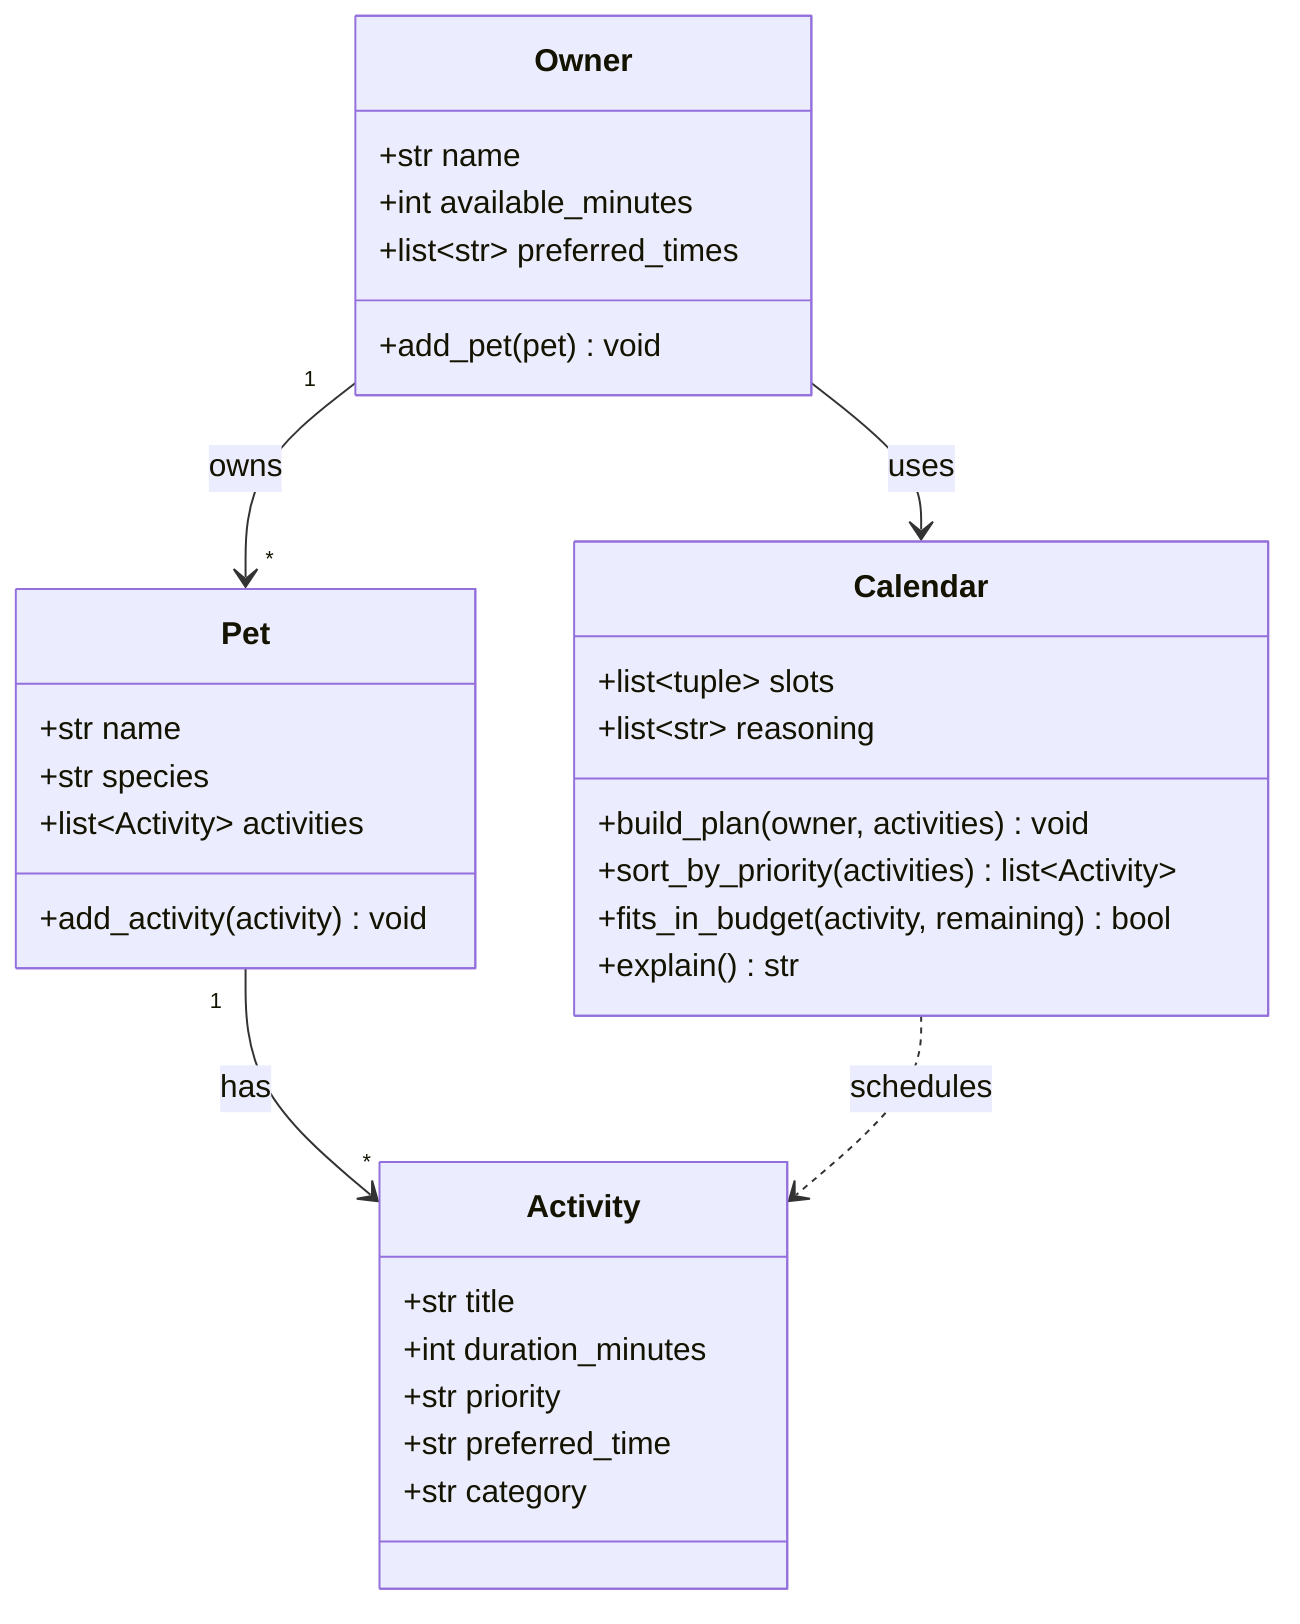
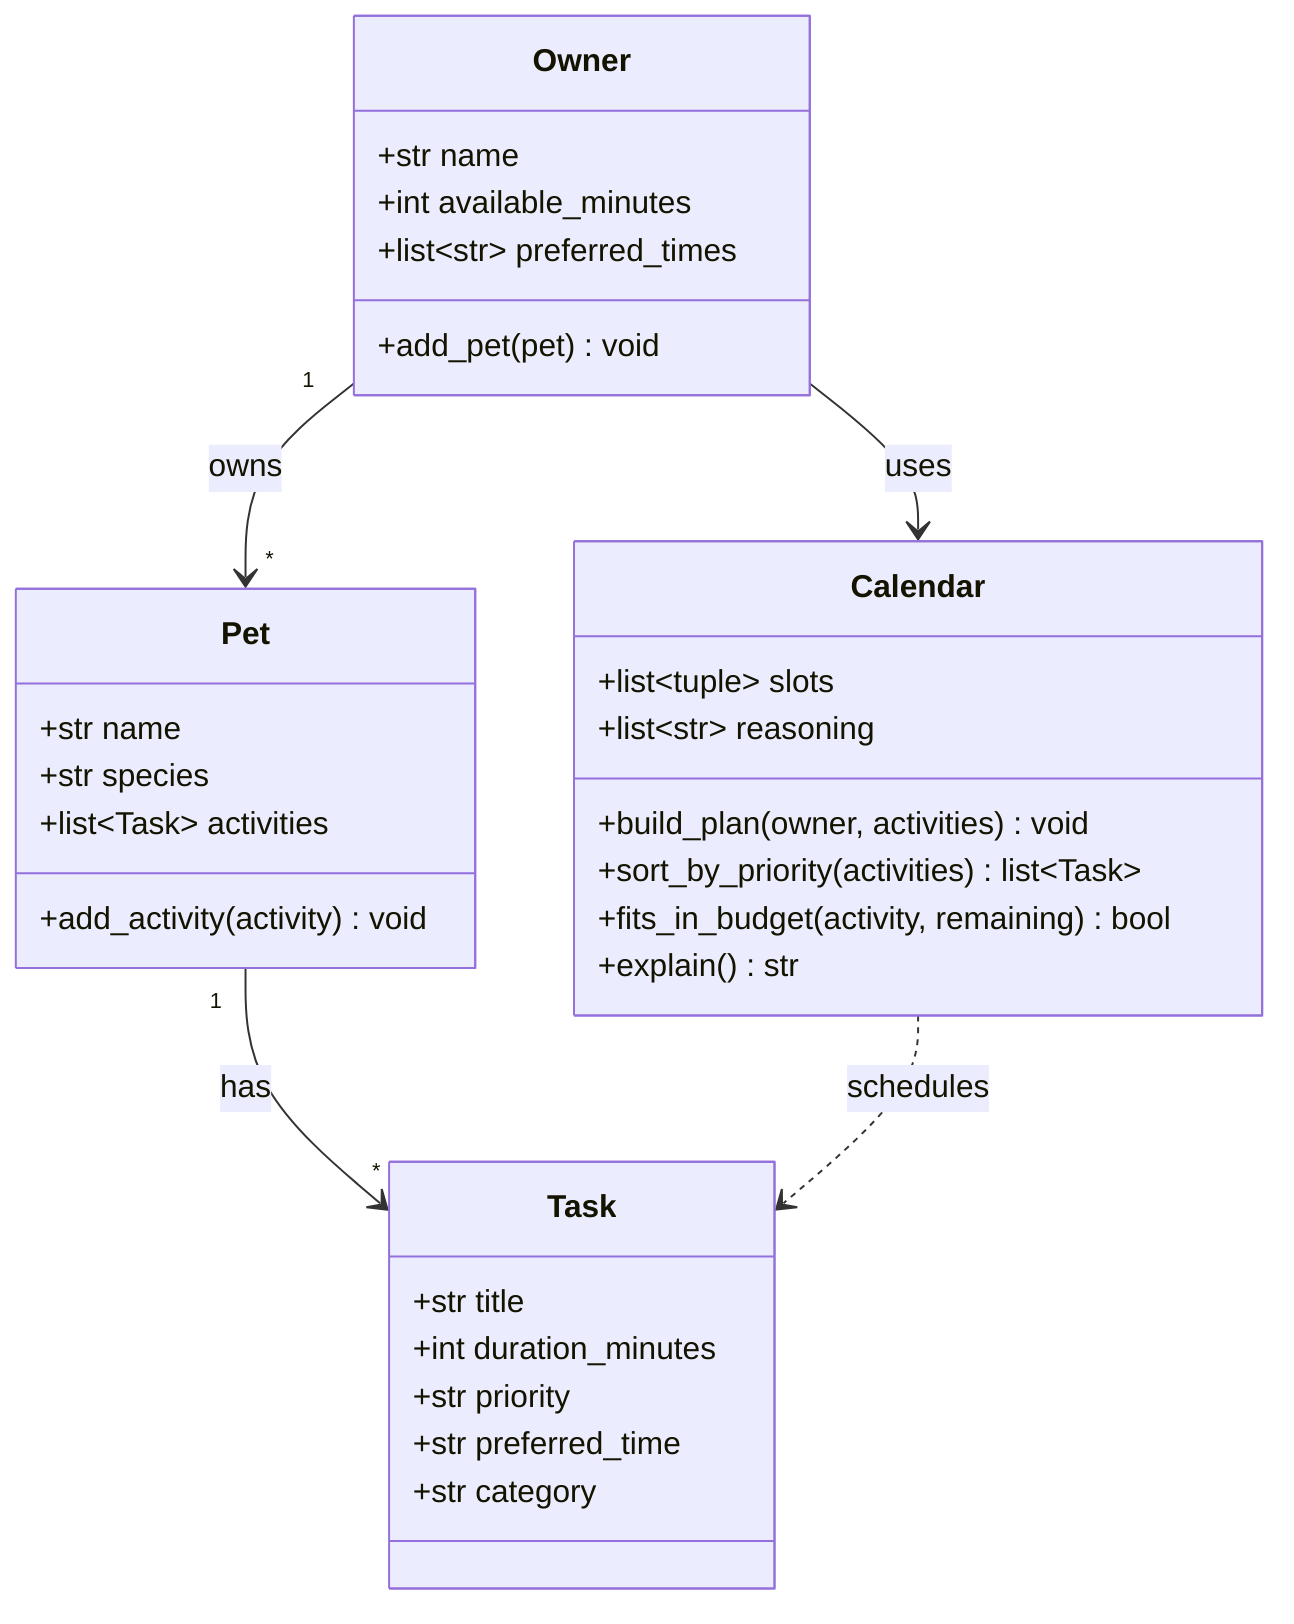
classDiagram
    %% PawPal+ class diagram (4 classes)
    %% Keep this file updated so it matches your final implementation.

    class Owner {
        +str name
        +int available_minutes
        +list~str~ preferred_times
        +add_pet(pet) void
    }

    class Pet {
        +str name
        +str species
-         +list~Activity~ activities
+         +list~Task~ activities
        +add_activity(activity) void
    }

-     class Activity {
+     class Task {
        +str title
        +int duration_minutes
        +str priority
        +str preferred_time
        +str category
    }

    class Calendar {
        +list~tuple~ slots
        +list~str~ reasoning
        +build_plan(owner, activities) void
-         +sort_by_priority(activities) list~Activity~
+         +sort_by_priority(activities) list~Task~
        +fits_in_budget(activity, remaining) bool
        +explain() str
    }

    Owner "1" --> "*" Pet : owns
-     Pet "1" --> "*" Activity : has
+     Pet "1" --> "*" Task : has
    Owner --> Calendar : uses
-     Calendar ..> Activity : schedules
+     Calendar ..> Task : schedules
